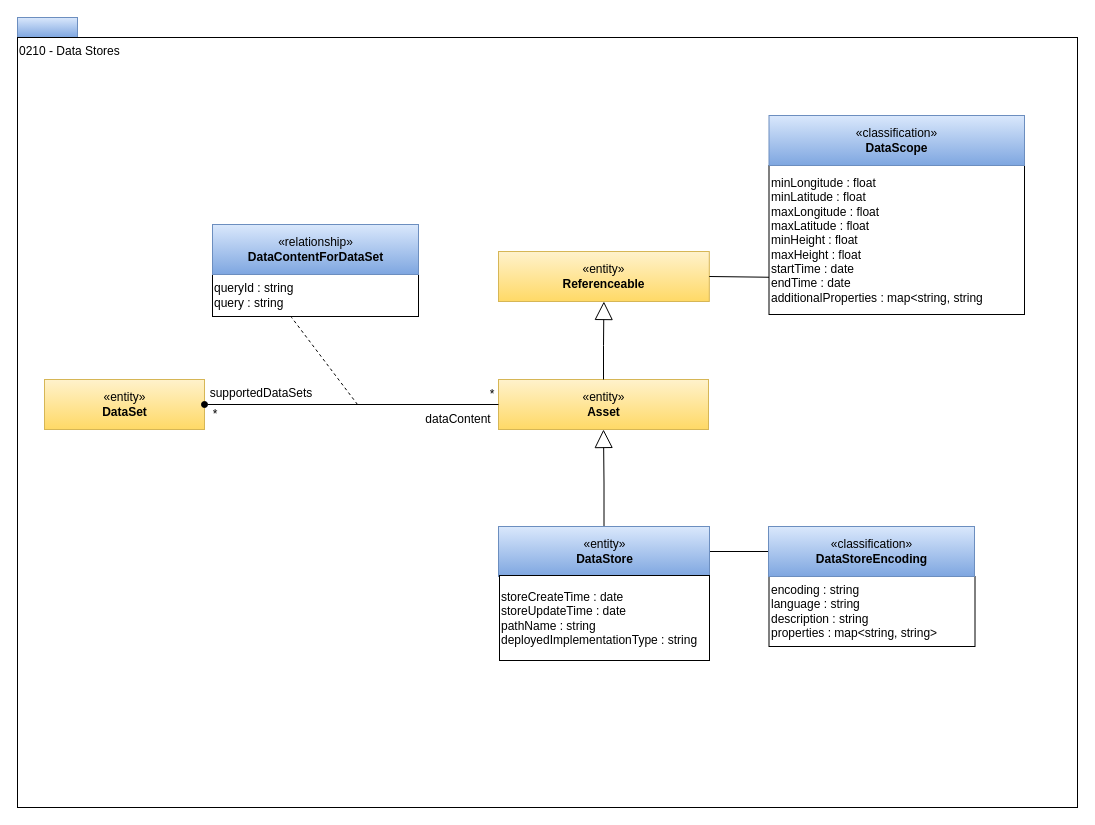
Earlier version of the draw.io diagram page "0210-Data-Stores" (5 of 25) of site/docs/types/2/area-2-assets.drawio (odpi/egeria-docs). Source tidied: cells renumbered, new cells numbered last; positions are measured from the earlier drawing's top-left corner, leaving out a move shared by most shapes. Both pictures are drawn from the tidied source at 100%, with x=0, y=0 at pixel (17, 17).
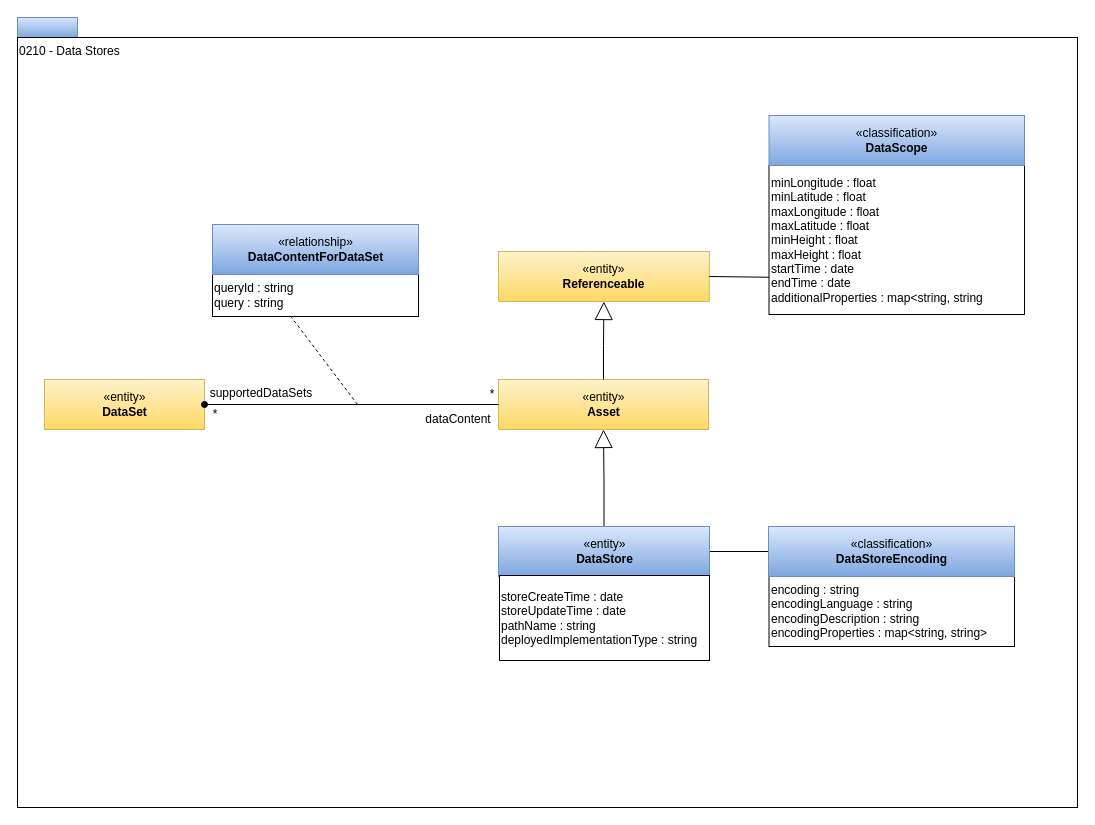
The same diagram, later.

What changed in the source:
```diff
@@
-    <mxCell id="17" value="encoding : string&lt;br&gt;language : string&lt;br&gt;description : string&lt;br&gt;properties : map&amp;lt;string, string&amp;gt;&lt;br&gt;" style="rounded=0;whiteSpace=wrap;html=1;strokeColor=#000000;gradientColor=#ffffff;align=left;" parent="1" vertex="1">
-      <mxGeometry x="751.5" y="559" width="206" height="70" as="geometry" />
+    <mxCell id="17" value="encoding : string&lt;br&gt;encodingLanguage : string&lt;br&gt;encodingDescription : string&lt;br&gt;encodingProperties : map&amp;lt;string, string&amp;gt;" style="rounded=0;whiteSpace=wrap;html=1;strokeColor=#000000;gradientColor=#ffffff;align=left;" parent="1" vertex="1">
+      <mxGeometry x="751.5" y="559" width="245.5" height="70" as="geometry" />
     </mxCell>
     <mxCell id="18" value="«classification»&lt;br&gt;&lt;b&gt;DataStoreEncoding&lt;/b&gt;" style="html=1;strokeColor=#6c8ebf;align=center;fillColor=#dae8fc;gradientColor=#7ea6e0;" parent="1" vertex="1">
-      <mxGeometry x="751" y="509" width="206" height="50" as="geometry" />
+      <mxGeometry x="751" y="509" width="246" height="50" as="geometry" />
     </mxCell>
```
